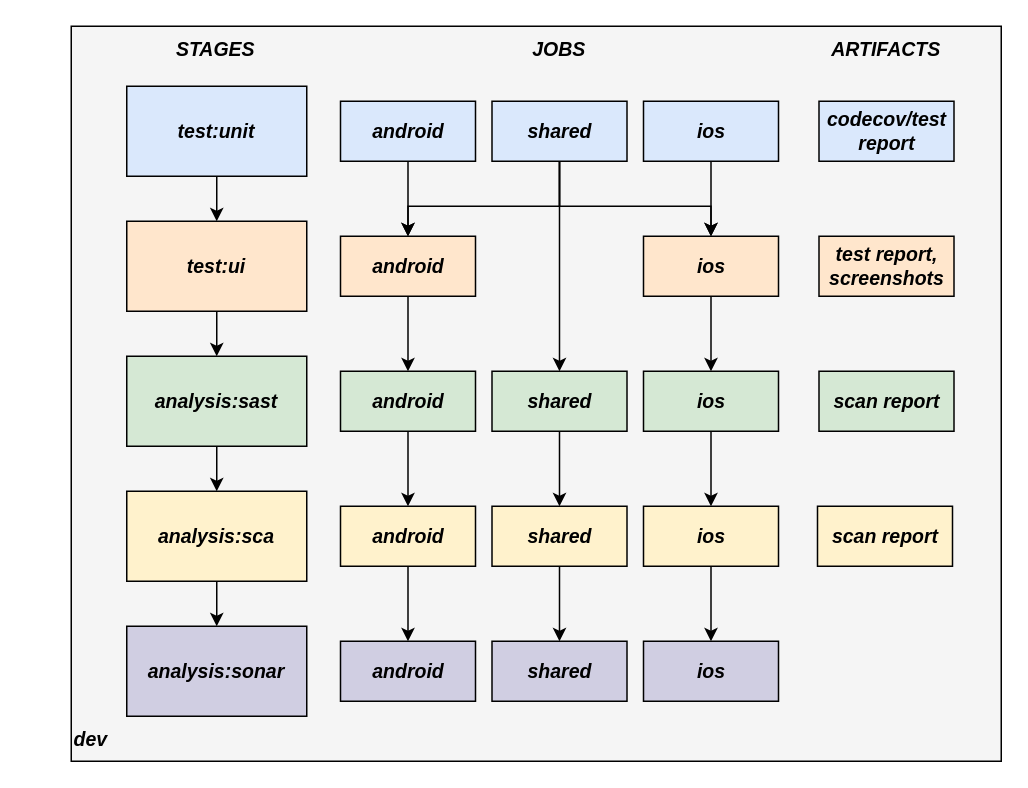
The draw.io diagram page "16-cicd-scheduled" (9 of 19) of tesi.drawio in paganellif/tesi-paganelli, before the edit. Source tidied: cells renumbered, new cells numbered last; positions are measured from the earlier drawing's top-left corner, leaving out a move shared by most shapes. Both pictures are drawn from the tidied source at 150%, with x=0, y=0 at pixel (70, 26).
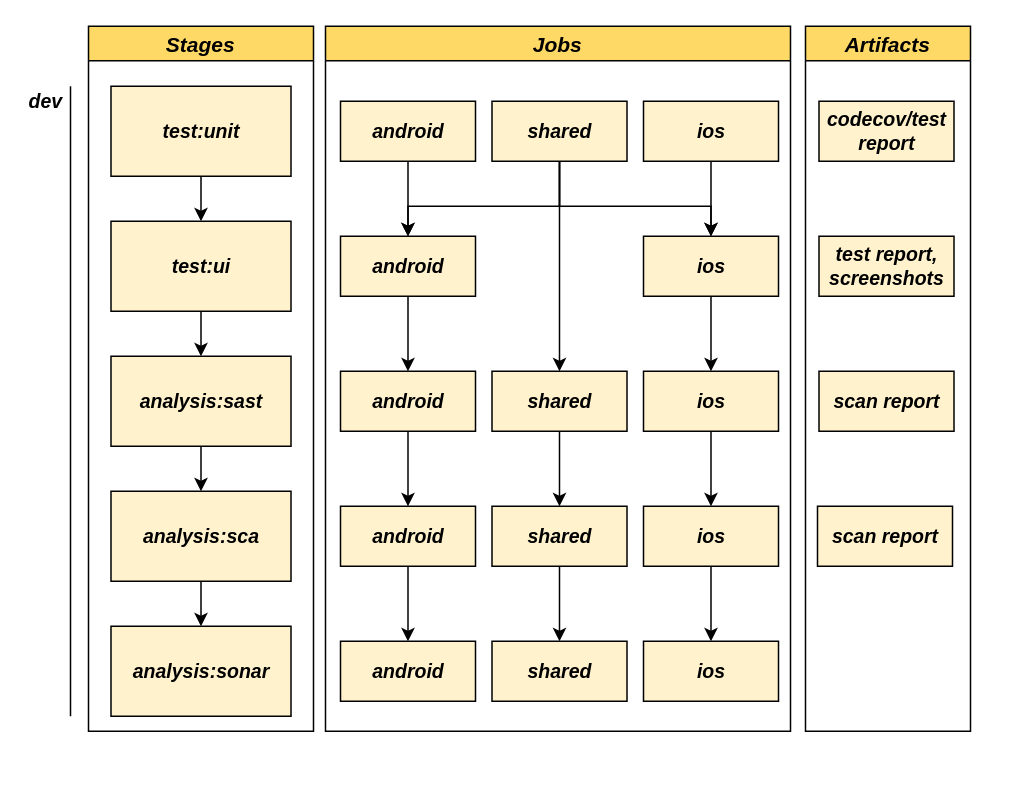
The same diagram, later.

The edit, as a diff of the source:
```diff
@@
-    <mxCell id="2" style="rounded=0;whiteSpace=wrap;html=1;fontSize=13;strokeColor=#000000;fillColor=#f5f5f5;fontColor=#333333;" parent="1" vertex="1">
-      <mxGeometry width="620" height="490" as="geometry" />
-    </mxCell>
-    <mxCell id="3" value="&lt;i style=&quot;font-size: 13px;&quot;&gt;STAGES&lt;/i&gt;" style="text;html=1;align=center;verticalAlign=middle;strokeColor=none;fillColor=none;fontSize=13;fontStyle=1;" parent="1" vertex="1">
-      <mxGeometry x="56" width="80" height="30" as="geometry" />
-    </mxCell>
-    <mxCell id="4" value="&lt;i style=&quot;font-size: 13px;&quot;&gt;JOBS&lt;/i&gt;" style="text;html=1;align=center;verticalAlign=middle;strokeColor=none;fillColor=none;fontSize=13;fontStyle=1;" parent="1" vertex="1">
-      <mxGeometry x="294.5" width="60" height="30" as="geometry" />
-    </mxCell>
-    <mxCell id="5" value="&lt;i style=&quot;font-size: 13px;&quot;&gt;ARTIFACTS&lt;/i&gt;" style="text;html=1;align=center;verticalAlign=middle;strokeColor=none;fillColor=none;fontSize=13;fontStyle=1;" parent="1" vertex="1">
-      <mxGeometry x="492.5" width="100" height="30" as="geometry" />
-    </mxCell>
-    <mxCell id="6" value="&lt;i style=&quot;font-size: 13px;&quot;&gt;&lt;b&gt;dev&lt;/b&gt;&lt;/i&gt;" style="text;html=1;align=left;verticalAlign=middle;strokeColor=none;fillColor=none;fontSize=13;" parent="1" vertex="1">
-      <mxGeometry y="460" width="50" height="30" as="geometry" />
-    </mxCell>
@@
-    <mxCell id="8" value="&lt;b style=&quot;font-size: 13px;&quot;&gt;&lt;i style=&quot;font-size: 13px;&quot;&gt;test:unit&lt;/i&gt;&lt;/b&gt;" style="rounded=0;whiteSpace=wrap;html=1;fontSize=13;strokeColor=#000000;fillColor=#dae8fc;" parent="1" vertex="1">
-      <mxGeometry x="37" y="40" width="120" height="60" as="geometry" />
+    <mxCell id="8" value="&lt;b style=&quot;font-size: 13px;&quot;&gt;&lt;i style=&quot;font-size: 13px;&quot;&gt;test:unit&lt;/i&gt;&lt;/b&gt;" style="rounded=0;whiteSpace=wrap;html=1;fontSize=13;strokeColor=#000000;fillColor=#FFF2CC;" parent="1" vertex="1">
+      <mxGeometry x="26.5" y="40" width="120" height="60" as="geometry" />
     </mxCell>
@@
-    <mxCell id="10" value="&lt;b style=&quot;font-size: 13px;&quot;&gt;&lt;i style=&quot;font-size: 13px;&quot;&gt;test:ui&lt;/i&gt;&lt;/b&gt;" style="rounded=0;whiteSpace=wrap;html=1;fontSize=13;strokeColor=#000000;fillColor=#ffe6cc;" parent="1" vertex="1">
-      <mxGeometry x="37" y="130" width="120" height="60" as="geometry" />
+    <mxCell id="10" value="&lt;b style=&quot;font-size: 13px;&quot;&gt;&lt;i style=&quot;font-size: 13px;&quot;&gt;test:ui&lt;/i&gt;&lt;/b&gt;" style="rounded=0;whiteSpace=wrap;html=1;fontSize=13;strokeColor=#000000;fillColor=#FFF2CC;" parent="1" vertex="1">
+      <mxGeometry x="26.5" y="130" width="120" height="60" as="geometry" />
     </mxCell>
@@
-    <mxCell id="12" value="&lt;b style=&quot;font-size: 13px;&quot;&gt;&lt;i style=&quot;font-size: 13px;&quot;&gt;analysis:sast&lt;/i&gt;&lt;/b&gt;" style="rounded=0;whiteSpace=wrap;html=1;fontSize=13;strokeColor=#000000;fillColor=#d5e8d4;" parent="1" vertex="1">
-      <mxGeometry x="37" y="220" width="120" height="60" as="geometry" />
+    <mxCell id="12" value="&lt;b style=&quot;font-size: 13px;&quot;&gt;&lt;i style=&quot;font-size: 13px;&quot;&gt;analysis:sast&lt;/i&gt;&lt;/b&gt;" style="rounded=0;whiteSpace=wrap;html=1;fontSize=13;strokeColor=#000000;fillColor=#FFF2CC;" parent="1" vertex="1">
+      <mxGeometry x="26.5" y="220" width="120" height="60" as="geometry" />
     </mxCell>
@@
-    <mxCell id="16" value="&lt;b style=&quot;font-size: 13px;&quot;&gt;&lt;i style=&quot;font-size: 13px;&quot;&gt;shared&lt;/i&gt;&lt;/b&gt;" style="rounded=0;whiteSpace=wrap;html=1;fontSize=13;strokeColor=#000000;fillColor=#dae8fc;" parent="1" vertex="1">
+    <mxCell id="16" value="&lt;b style=&quot;font-size: 13px;&quot;&gt;&lt;i style=&quot;font-size: 13px;&quot;&gt;shared&lt;/i&gt;&lt;/b&gt;" style="rounded=0;whiteSpace=wrap;html=1;fontSize=13;strokeColor=#000000;fillColor=#FFF2CC;" parent="1" vertex="1">
       <mxGeometry x="280.5" y="50" width="90" height="40" as="geometry" />
     </mxCell>
@@
-    <mxCell id="18" value="&lt;b style=&quot;font-size: 13px;&quot;&gt;&lt;i style=&quot;font-size: 13px;&quot;&gt;android&lt;/i&gt;&lt;/b&gt;" style="rounded=0;whiteSpace=wrap;html=1;fontSize=13;strokeColor=#000000;fillColor=#ffe6cc;" parent="1" vertex="1">
+    <mxCell id="18" value="&lt;b style=&quot;font-size: 13px;&quot;&gt;&lt;i style=&quot;font-size: 13px;&quot;&gt;android&lt;/i&gt;&lt;/b&gt;" style="rounded=0;whiteSpace=wrap;html=1;fontSize=13;strokeColor=#000000;fillColor=#FFF2CC;" parent="1" vertex="1">
       <mxGeometry x="179.5" y="140" width="90" height="40" as="geometry" />
     </mxCell>
@@
-    <mxCell id="20" value="&lt;b style=&quot;font-size: 13px;&quot;&gt;&lt;i style=&quot;font-size: 13px;&quot;&gt;ios&lt;/i&gt;&lt;/b&gt;" style="rounded=0;whiteSpace=wrap;html=1;fontSize=13;strokeColor=#000000;fillColor=#ffe6cc;" parent="1" vertex="1">
+    <mxCell id="20" value="&lt;b style=&quot;font-size: 13px;&quot;&gt;&lt;i style=&quot;font-size: 13px;&quot;&gt;ios&lt;/i&gt;&lt;/b&gt;" style="rounded=0;whiteSpace=wrap;html=1;fontSize=13;strokeColor=#000000;fillColor=#FFF2CC;" parent="1" vertex="1">
       <mxGeometry x="381.5" y="140" width="90" height="40" as="geometry" />
     </mxCell>
@@
-    <mxCell id="22" value="&lt;b style=&quot;font-size: 13px;&quot;&gt;&lt;i style=&quot;font-size: 13px;&quot;&gt;android&lt;/i&gt;&lt;/b&gt;" style="rounded=0;whiteSpace=wrap;html=1;fontSize=13;strokeColor=#000000;fillColor=#d5e8d4;" parent="1" vertex="1">
+    <mxCell id="22" value="&lt;b style=&quot;font-size: 13px;&quot;&gt;&lt;i style=&quot;font-size: 13px;&quot;&gt;android&lt;/i&gt;&lt;/b&gt;" style="rounded=0;whiteSpace=wrap;html=1;fontSize=13;strokeColor=#000000;fillColor=#FFF2CC;" parent="1" vertex="1">
       <mxGeometry x="179.5" y="230" width="90" height="40" as="geometry" />
     </mxCell>
@@
-    <mxCell id="24" value="&lt;b style=&quot;font-size: 13px;&quot;&gt;&lt;i style=&quot;font-size: 13px;&quot;&gt;ios&lt;/i&gt;&lt;/b&gt;" style="rounded=0;whiteSpace=wrap;html=1;fontSize=13;strokeColor=#000000;fillColor=#d5e8d4;" parent="1" vertex="1">
+    <mxCell id="24" value="&lt;b style=&quot;font-size: 13px;&quot;&gt;&lt;i style=&quot;font-size: 13px;&quot;&gt;ios&lt;/i&gt;&lt;/b&gt;" style="rounded=0;whiteSpace=wrap;html=1;fontSize=13;strokeColor=#000000;fillColor=#FFF2CC;" parent="1" vertex="1">
       <mxGeometry x="381.5" y="230" width="90" height="40" as="geometry" />
     </mxCell>
-    <mxCell id="25" value="&lt;b style=&quot;font-size: 13px;&quot;&gt;&lt;i style=&quot;font-size: 13px;&quot;&gt;codecov/test report&lt;/i&gt;&lt;/b&gt;" style="rounded=0;whiteSpace=wrap;html=1;fontSize=13;strokeColor=#000000;fillColor=#dae8fc;" parent="1" vertex="1">
+    <mxCell id="25" value="&lt;b style=&quot;font-size: 13px;&quot;&gt;&lt;i style=&quot;font-size: 13px;&quot;&gt;codecov/test report&lt;/i&gt;&lt;/b&gt;" style="rounded=0;whiteSpace=wrap;html=1;fontSize=13;strokeColor=#000000;fillColor=#FFF2CC;" parent="1" vertex="1">
       <mxGeometry x="498.5" y="50" width="90" height="40" as="geometry" />
     </mxCell>
-    <mxCell id="26" value="&lt;b style=&quot;font-size: 13px;&quot;&gt;&lt;i style=&quot;font-size: 13px;&quot;&gt;test report, screenshots&lt;/i&gt;&lt;/b&gt;" style="rounded=0;whiteSpace=wrap;html=1;fontSize=13;strokeColor=#000000;fillColor=#ffe6cc;" parent="1" vertex="1">
+    <mxCell id="26" value="&lt;b style=&quot;font-size: 13px;&quot;&gt;&lt;i style=&quot;font-size: 13px;&quot;&gt;test report, screenshots&lt;/i&gt;&lt;/b&gt;" style="rounded=0;whiteSpace=wrap;html=1;fontSize=13;strokeColor=#000000;fillColor=#FFF2CC;" parent="1" vertex="1">
       <mxGeometry x="498.5" y="140" width="90" height="40" as="geometry" />
     </mxCell>
-    <mxCell id="27" value="&lt;b style=&quot;font-size: 13px;&quot;&gt;&lt;i style=&quot;font-size: 13px;&quot;&gt;scan report&lt;/i&gt;&lt;/b&gt;" style="rounded=0;whiteSpace=wrap;html=1;fontSize=13;strokeColor=#000000;fillColor=#d5e8d4;" parent="1" vertex="1">
+    <mxCell id="27" value="&lt;b style=&quot;font-size: 13px;&quot;&gt;&lt;i style=&quot;font-size: 13px;&quot;&gt;scan report&lt;/i&gt;&lt;/b&gt;" style="rounded=0;whiteSpace=wrap;html=1;fontSize=13;strokeColor=#000000;fillColor=#FFF2CC;" parent="1" vertex="1">
       <mxGeometry x="498.5" y="230" width="90" height="40" as="geometry" />
     </mxCell>
@@
     <mxCell id="29" value="&lt;b style=&quot;font-size: 13px;&quot;&gt;&lt;i style=&quot;font-size: 13px;&quot;&gt;analysis:sca&lt;/i&gt;&lt;/b&gt;" style="rounded=0;whiteSpace=wrap;html=1;fontSize=13;strokeColor=#000000;fillColor=#fff2cc;" parent="1" vertex="1">
-      <mxGeometry x="37" y="310" width="120" height="60" as="geometry" />
+      <mxGeometry x="26.5" y="310" width="120" height="60" as="geometry" />
     </mxCell>
-    <mxCell id="30" value="&lt;b style=&quot;font-size: 13px;&quot;&gt;&lt;i style=&quot;font-size: 13px;&quot;&gt;analysis:sonar&lt;/i&gt;&lt;/b&gt;" style="rounded=0;whiteSpace=wrap;html=1;fontSize=13;strokeColor=#000000;fillColor=#d0cee2;" parent="1" vertex="1">
-      <mxGeometry x="37" y="400" width="120" height="60" as="geometry" />
+    <mxCell id="30" value="&lt;b style=&quot;font-size: 13px;&quot;&gt;&lt;i style=&quot;font-size: 13px;&quot;&gt;analysis:sonar&lt;/i&gt;&lt;/b&gt;" style="rounded=0;whiteSpace=wrap;html=1;fontSize=13;strokeColor=#000000;fillColor=#FFF2CC;" parent="1" vertex="1">
+      <mxGeometry x="26.5" y="400" width="120" height="60" as="geometry" />
     </mxCell>
@@
-    <mxCell id="35" value="&lt;b style=&quot;font-size: 13px;&quot;&gt;&lt;i style=&quot;font-size: 13px;&quot;&gt;android&lt;/i&gt;&lt;/b&gt;" style="rounded=0;whiteSpace=wrap;html=1;fontSize=13;strokeColor=#000000;fillColor=#d0cee2;" parent="1" vertex="1">
+    <mxCell id="35" value="&lt;b style=&quot;font-size: 13px;&quot;&gt;&lt;i style=&quot;font-size: 13px;&quot;&gt;android&lt;/i&gt;&lt;/b&gt;" style="rounded=0;whiteSpace=wrap;html=1;fontSize=13;strokeColor=#000000;fillColor=#FFF2CC;" parent="1" vertex="1">
       <mxGeometry x="179.5" y="410" width="90" height="40" as="geometry" />
     </mxCell>
-    <mxCell id="36" value="&lt;b style=&quot;font-size: 13px;&quot;&gt;&lt;i style=&quot;font-size: 13px;&quot;&gt;shared&lt;/i&gt;&lt;/b&gt;" style="rounded=0;whiteSpace=wrap;html=1;fontSize=13;strokeColor=#000000;fillColor=#d0cee2;" parent="1" vertex="1">
+    <mxCell id="36" value="&lt;b style=&quot;font-size: 13px;&quot;&gt;&lt;i style=&quot;font-size: 13px;&quot;&gt;shared&lt;/i&gt;&lt;/b&gt;" style="rounded=0;whiteSpace=wrap;html=1;fontSize=13;strokeColor=#000000;fillColor=#FFF2CC;" parent="1" vertex="1">
       <mxGeometry x="280.5" y="410" width="90" height="40" as="geometry" />
     </mxCell>
-    <mxCell id="37" value="&lt;b style=&quot;font-size: 13px;&quot;&gt;&lt;i style=&quot;font-size: 13px;&quot;&gt;ios&lt;/i&gt;&lt;/b&gt;" style="rounded=0;whiteSpace=wrap;html=1;fontSize=13;strokeColor=#000000;fillColor=#d0cee2;" parent="1" vertex="1">
+    <mxCell id="37" value="&lt;b style=&quot;font-size: 13px;&quot;&gt;&lt;i style=&quot;font-size: 13px;&quot;&gt;ios&lt;/i&gt;&lt;/b&gt;" style="rounded=0;whiteSpace=wrap;html=1;fontSize=13;strokeColor=#000000;fillColor=#FFF2CC;" parent="1" vertex="1">
       <mxGeometry x="381.5" y="410" width="90" height="40" as="geometry" />
     </mxCell>
@@
-    <mxCell id="39" value="&lt;b style=&quot;font-size: 13px;&quot;&gt;&lt;i style=&quot;font-size: 13px;&quot;&gt;shared&lt;/i&gt;&lt;/b&gt;" style="rounded=0;whiteSpace=wrap;html=1;fontSize=13;strokeColor=#000000;fillColor=#d5e8d4;" parent="1" vertex="1">
+    <mxCell id="39" value="&lt;b style=&quot;font-size: 13px;&quot;&gt;&lt;i style=&quot;font-size: 13px;&quot;&gt;shared&lt;/i&gt;&lt;/b&gt;" style="rounded=0;whiteSpace=wrap;html=1;fontSize=13;strokeColor=#000000;fillColor=#FFF2CC;" parent="1" vertex="1">
       <mxGeometry x="280.5" y="230" width="90" height="40" as="geometry" />
     </mxCell>
@@
-    <mxCell id="44" value="&lt;b style=&quot;font-size: 13px;&quot;&gt;&lt;i style=&quot;font-size: 13px;&quot;&gt;android&lt;/i&gt;&lt;/b&gt;" style="rounded=0;whiteSpace=wrap;html=1;fontSize=13;strokeColor=#000000;fillColor=#dae8fc;" parent="1" vertex="1">
+    <mxCell id="44" value="&lt;b style=&quot;font-size: 13px;&quot;&gt;&lt;i style=&quot;font-size: 13px;&quot;&gt;android&lt;/i&gt;&lt;/b&gt;" style="rounded=0;whiteSpace=wrap;html=1;fontSize=13;strokeColor=#000000;fillColor=#FFF2CC;" parent="1" vertex="1">
       <mxGeometry x="179.5" y="50" width="90" height="40" as="geometry" />
     </mxCell>
@@
-    <mxCell id="46" value="&lt;b style=&quot;font-size: 13px;&quot;&gt;&lt;i style=&quot;font-size: 13px;&quot;&gt;ios&lt;/i&gt;&lt;/b&gt;" style="rounded=0;whiteSpace=wrap;html=1;fontSize=13;strokeColor=#000000;fillColor=#dae8fc;" parent="1" vertex="1">
+    <mxCell id="46" value="&lt;b style=&quot;font-size: 13px;&quot;&gt;&lt;i style=&quot;font-size: 13px;&quot;&gt;ios&lt;/i&gt;&lt;/b&gt;" style="rounded=0;whiteSpace=wrap;html=1;fontSize=13;strokeColor=#000000;fillColor=#FFF2CC;" parent="1" vertex="1">
       <mxGeometry x="381.5" y="50" width="90" height="40" as="geometry" />
     </mxCell>
+    <mxCell id="47" value="Stages" style="swimlane;fillColor=#FFD966;fontSize=14;fontStyle=3;" parent="1" vertex="1">
+      <mxGeometry x="11.5" width="150" height="470" as="geometry" />
+    </mxCell>
+    <mxCell id="48" value="Jobs" style="swimlane;fillColor=#FFD966;fontSize=14;fontStyle=3;" parent="1" vertex="1">
+      <mxGeometry x="169.5" width="310" height="470" as="geometry" />
+    </mxCell>
+    <mxCell id="49" value="Artifacts" style="swimlane;fillColor=#FFD966;fontSize=14;fontStyle=3;" parent="1" vertex="1">
+      <mxGeometry x="489.5" width="110" height="470" as="geometry" />
+    </mxCell>
+    <mxCell id="6" value="&lt;i style=&quot;font-size: 13px;&quot;&gt;&lt;b&gt;dev&lt;/b&gt;&lt;/i&gt;" style="text;html=1;align=left;verticalAlign=middle;strokeColor=none;fillColor=none;fontSize=13;" parent="1" vertex="1">
+      <mxGeometry x="-30.5" y="35" width="50" height="30" as="geometry" />
+    </mxCell>
+    <mxCell id="50" style="endArrow=none;html=1;rounded=0;fontSize=13;" parent="1" edge="1">
+      <mxGeometry relative="1" as="geometry">
+        <mxPoint x="-0.5" y="460" as="sourcePoint" />
+        <mxPoint x="-0.5" y="40" as="targetPoint" />
+      </mxGeometry>
+    </mxCell>
```
